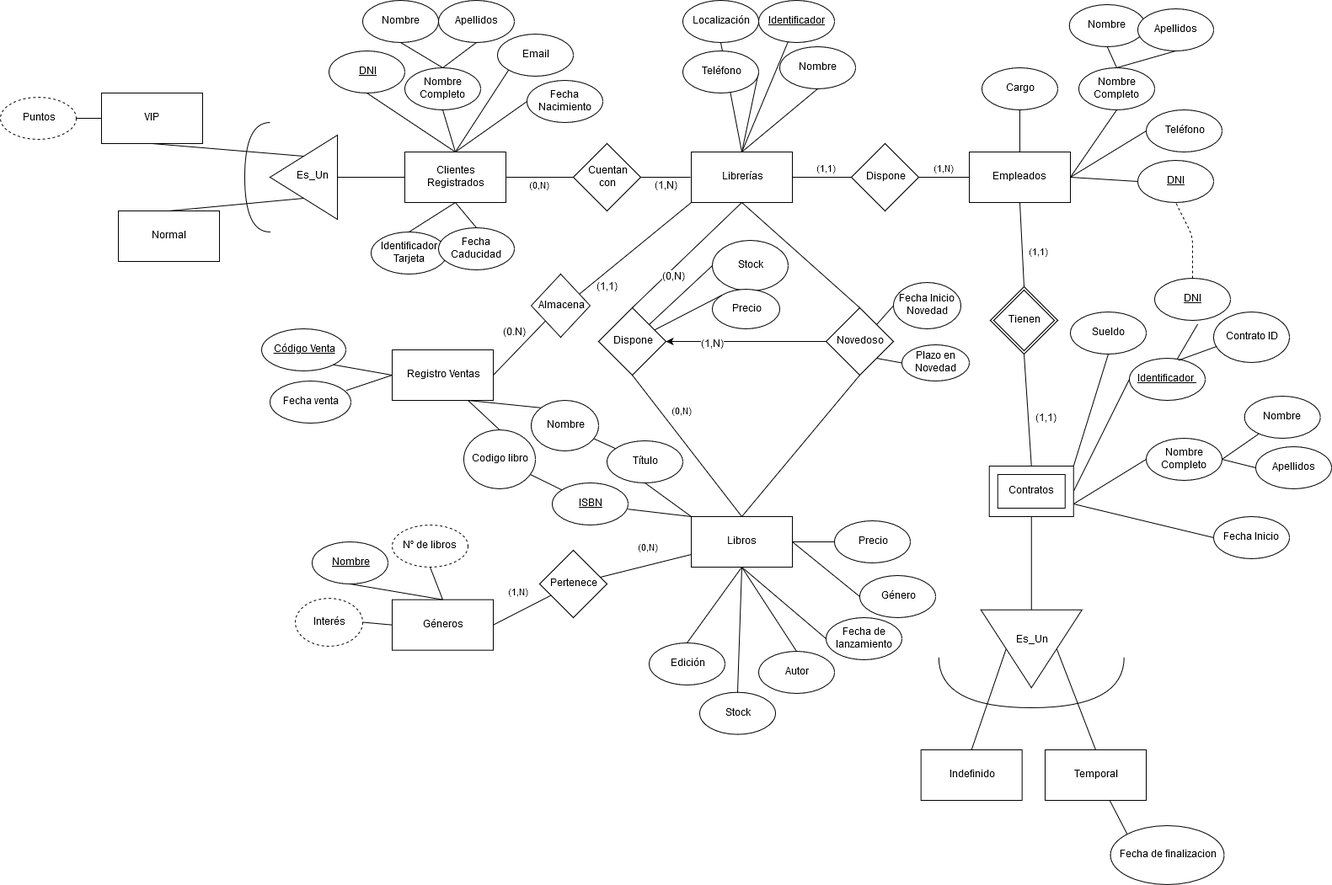
Before: PROYECTO-FINAL/Imagenes/ER1.png, a diagram exported from draw.io (alu0100893601-Sergio/ADBBDD19_20). Source tidied: cells renumbered, new cells last; positions are measured from the earlier drawing's top-left corner, leaving out a move shared by most shapes.
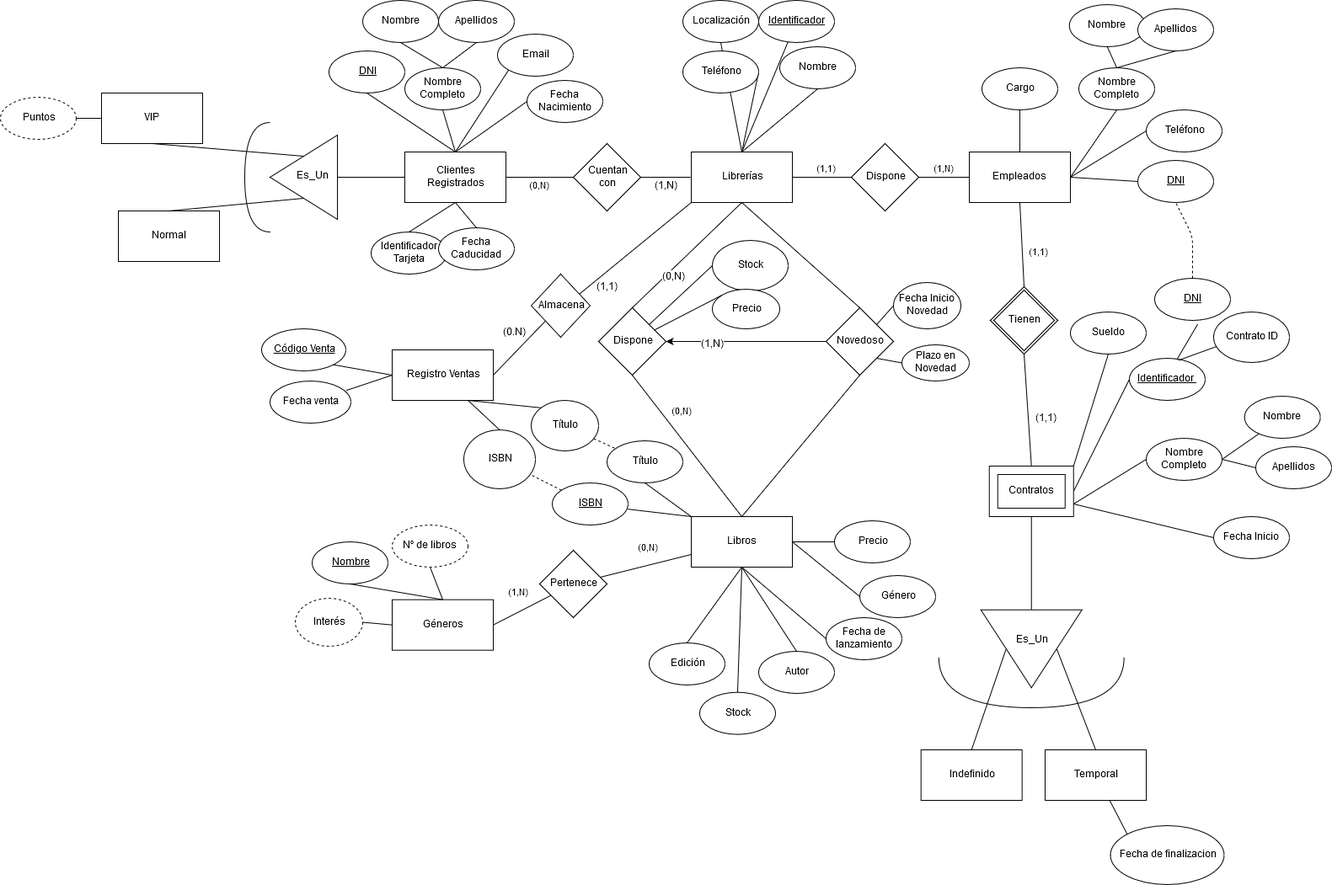
After the change.

Commit message:
Metiendo el proyecto final [11]

Diff of the diagram source:
```diff
@@ -422,10 +422,10 @@
     <mxCell id="137" value="&lt;div&gt;&lt;u&gt;Código Venta&lt;/u&gt;&lt;/div&gt;" style="ellipse;whiteSpace=wrap;html=1;rounded=0;shadow=0;comic=0;" parent="1" vertex="1">
       <mxGeometry x="310" y="390" width="100" height="50" as="geometry" />
     </mxCell>
-    <mxCell id="138" value="Nombre" style="ellipse;whiteSpace=wrap;html=1;rounded=0;shadow=0;comic=0;" parent="1" vertex="1">
+    <mxCell id="138" value="Título" style="ellipse;whiteSpace=wrap;html=1;rounded=0;shadow=0;comic=0;" parent="1" vertex="1">
       <mxGeometry x="630" y="475" width="80" height="60" as="geometry" />
     </mxCell>
-    <mxCell id="139" value="Codigo libro" style="ellipse;whiteSpace=wrap;html=1;rounded=0;shadow=0;comic=0;" parent="1" vertex="1">
+    <mxCell id="139" value="ISBN" style="ellipse;whiteSpace=wrap;html=1;rounded=0;shadow=0;comic=0;" parent="1" vertex="1">
       <mxGeometry x="550" y="510" width="85" height="70" as="geometry" />
     </mxCell>
     <mxCell id="140" style="endArrow=none;html=1;entryX=1;entryY=1;entryDx=0;entryDy=0;exitX=0;exitY=0.5;exitDx=0;exitDy=0;" parent="1" edge="1" source="131" target="137">
@@ -443,12 +443,6 @@
     <mxCell id="144" style="endArrow=none;html=1;entryX=0.944;entryY=0.223;entryDx=0;entryDy=0;exitX=0;exitY=0.5;exitDx=0;exitDy=0;entryPerimeter=0;" parent="1" edge="1" source="131" target="143">
       <mxGeometry relative="1" as="geometry" />
     </mxCell>
-    <mxCell id="145" style="endArrow=none;html=1;" parent="1" edge="1" source="139" target="43">
-      <mxGeometry relative="1" as="geometry" />
-    </mxCell>
-    <mxCell id="146" style="endArrow=none;html=1;" parent="1" edge="1" source="138" target="44">
-      <mxGeometry relative="1" as="geometry" />
-    </mxCell>
     <mxCell id="147" style="endArrow=none;dashed=1;html=1;entryX=0.5;entryY=1;entryDx=0;entryDy=0;exitX=0.5;exitY=0;exitDx=0;exitDy=0;" parent="1" edge="1" source="25" target="11">
       <mxGeometry relative="1" as="geometry">
         <Array as="points">
@@ -467,5 +461,11 @@
     <mxCell id="150" value="Teléfono" style="ellipse;whiteSpace=wrap;html=1;" parent="1" vertex="1">
       <mxGeometry x="810" y="60" width="90" height="50" as="geometry" />
     </mxCell>
+    <mxCell id="146" style="endArrow=none;dashed=1;html=1;" parent="1" edge="1" source="138" target="44">
+      <mxGeometry relative="1" as="geometry" />
+    </mxCell>
+    <mxCell id="151" style="endArrow=none;dashed=1;html=1;" parent="1" edge="1" source="43" target="139">
+      <mxGeometry relative="1" as="geometry" />
+    </mxCell>
   </root>
 </mxGraphModel>
```
